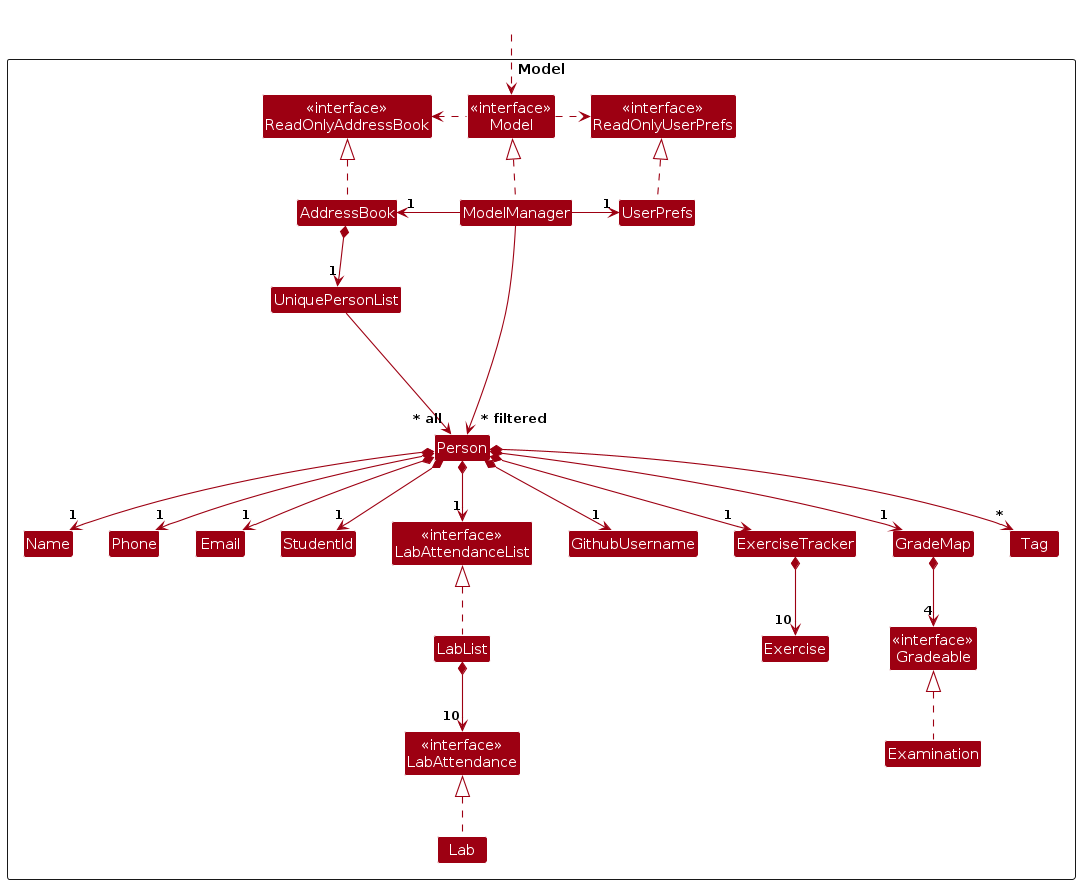
Before: diagrams/ModelClassDiagram.png, a diagram exported from PlantUML (AY2526S1-CS2103T-T09-3/tp). Its source is kept beside it as diagrams/ModelClassDiagram.puml.
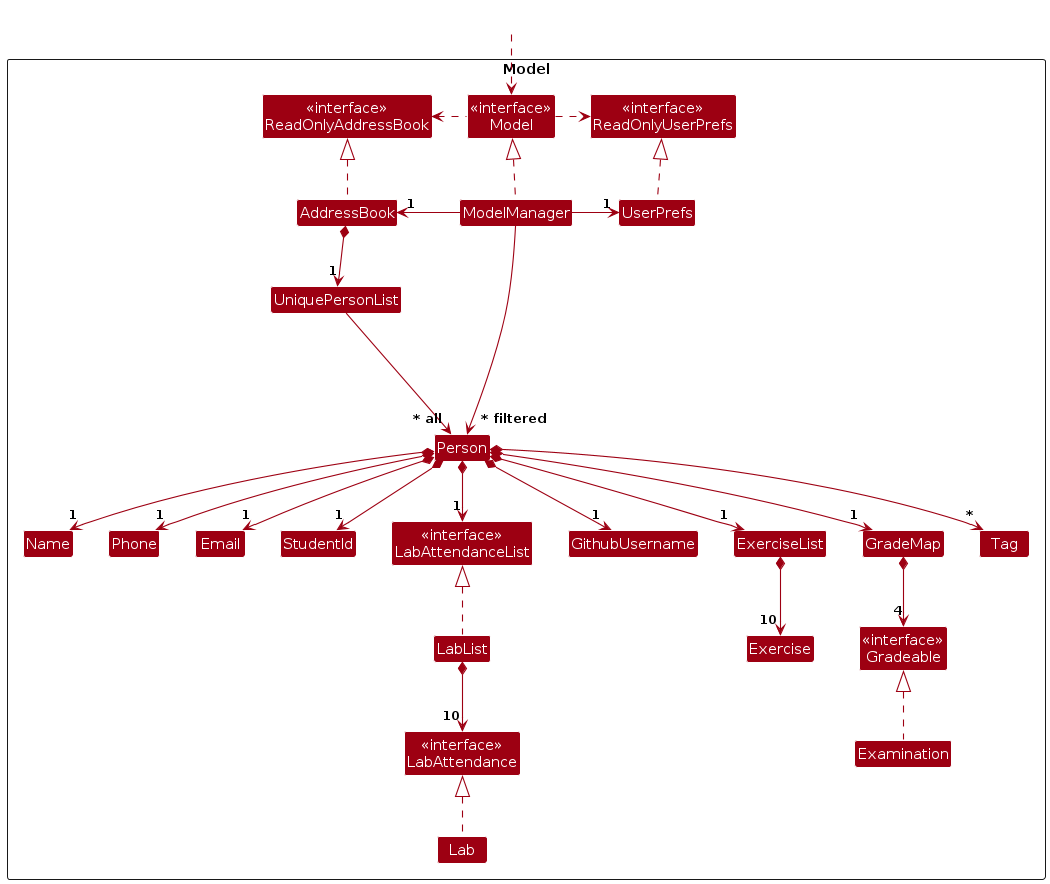
Later version of the same file.

The edit, as a diff of the source:
```diff
@@ -16,7 +16,7 @@
   Class Person
   Class StudentId
   Class GithubUsername
-  Class ExerciseTracker
+  Class ExerciseList
   Class "<<interface>>\nLabAttendanceList" as LabAttendanceList
   Class LabList
   Class GradeMap
@@ -57,14 +57,14 @@
 Person *--> "1" Phone
 Person *--> "1" Email
 Person *--> "1" GithubUsername
-Person *--> "1" ExerciseTracker
+Person *--> "1" ExerciseList
 Person *--> "1" LabAttendanceList
 Person *--> "1" GradeMap
 Person *--> "*" Tag
 
 
 
-ExerciseTracker *--> "10" Exercise
+ExerciseList *--> "10" Exercise
 LabList *--> "10" LabAttendance
 GradeMap *--> "4" Gradeable
 
```
